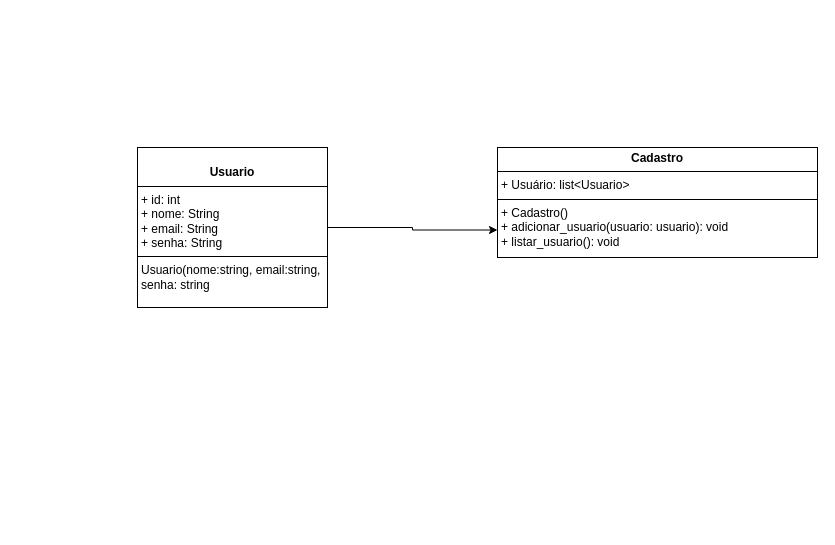
The draw.io diagram page "Página-7" (7 of 7) of Diagrama sem nome.drawio in Anthony-zzz/diagramasderequisitos, before the edit. Source tidied: cells renumbered, new cells numbered last; positions are measured from the earlier drawing's top-left corner, leaving out a move shared by most shapes. Both pictures are drawn from the tidied source at 100%, with x=0, y=0 at pixel (137, 147).
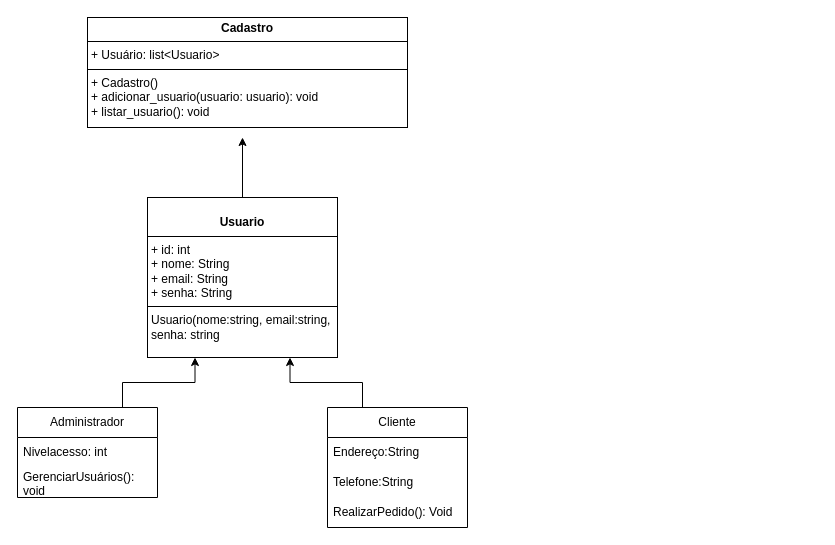
Above is the later version.

Diff of the diagram source:
```diff
@@
 <mxGraphModel>
   <root>
     <mxCell id="0" />
     <mxCell id="1" parent="0" />
-    <mxCell id="2" style="edgeStyle=orthogonalEdgeStyle;rounded=0;jettySize=auto;html=1;exitX=1;exitY=0.5;exitDx=0;exitDy=0;entryX=0;entryY=0.75;entryDx=0;entryDy=0;fontFamily=Helvetica;fontSize=12;fontColor=default;" parent="1" edge="1" source="3" target="4">
-      <mxGeometry relative="1" as="geometry" />
-    </mxCell>
+    <mxCell id="5" style="edgeStyle=orthogonalEdgeStyle;rounded=0;jettySize=auto;html=1;exitX=0.5;exitY=0;exitDx=0;exitDy=0;" parent="1" edge="1" source="3">
+      <mxGeometry relative="1" as="geometry">
+        <mxPoint x="105" y="-10" as="targetPoint" />
+      </mxGeometry>
+    </mxCell>
     <mxCell id="3" value="&lt;p style=&quot;margin:0px;margin-top:4px;text-align:center;&quot;&gt;&lt;br&gt;&lt;b&gt;Usuario&lt;/b&gt;&lt;/p&gt;&lt;hr size=&quot;1&quot; style=&quot;border-style:solid;&quot;&gt;&lt;p style=&quot;margin:0px;margin-left:4px;&quot;&gt;+ id: int&lt;/p&gt;&lt;p style=&quot;margin:0px;margin-left:4px;&quot;&gt;+ nome: String&lt;br&gt;+ email: String&lt;/p&gt;&lt;p style=&quot;margin:0px;margin-left:4px;&quot;&gt;+ senha: String&lt;/p&gt;&lt;hr size=&quot;1&quot; style=&quot;border-style:solid;&quot;&gt;&lt;p style=&quot;margin:0px;margin-left:4px;&quot;&gt;Usuario(nome:string, email:string, senha: string&lt;/p&gt;" style="verticalAlign=top;align=left;overflow=fill;html=1;whiteSpace=wrap;spacingLeft=4;spacingRight=4;fontFamily=Helvetica;fontSize=12;fontColor=default;fillColor=none;gradientColor=none;" parent="1" vertex="1">
-      <mxGeometry width="190" height="160" as="geometry" />
+      <mxGeometry x="10" y="50" width="190" height="160" as="geometry" />
     </mxCell>
     <mxCell id="4" value="&lt;p style=&quot;margin:0px;margin-top:4px;text-align:center;&quot;&gt;&lt;b&gt;Cadastro&lt;/b&gt;&lt;/p&gt;&lt;hr size=&quot;1&quot; style=&quot;border-style:solid;&quot;&gt;&lt;p style=&quot;margin:0px;margin-left:4px;&quot;&gt;+ Usuário: list&amp;lt;Usuario&amp;gt;&lt;/p&gt;&lt;hr size=&quot;1&quot; style=&quot;border-style:solid;&quot;&gt;&lt;p style=&quot;margin:0px;margin-left:4px;&quot;&gt;+ Cadastro()&lt;/p&gt;&lt;p style=&quot;margin:0px;margin-left:4px;&quot;&gt;+ adicionar_usuario(usuario: usuario): void&lt;/p&gt;&lt;p style=&quot;margin:0px;margin-left:4px;&quot;&gt;+ listar_usuario(): void&lt;/p&gt;" style="verticalAlign=top;align=left;overflow=fill;html=1;whiteSpace=wrap;spacingLeft=4;spacingRight=4;fontFamily=Helvetica;fontSize=12;fontColor=default;fillColor=none;gradientColor=none;" parent="1" vertex="1">
-      <mxGeometry x="360" width="320" height="110" as="geometry" />
+      <mxGeometry x="-50" y="-130" width="320" height="110" as="geometry" />
     </mxCell>
+    <mxCell id="6" style="edgeStyle=orthogonalEdgeStyle;rounded=0;jettySize=auto;html=1;exitX=0.75;exitY=0;exitDx=0;exitDy=0;entryX=0.25;entryY=1;entryDx=0;entryDy=0;" parent="1" edge="1" source="7" target="3">
+      <mxGeometry relative="1" as="geometry" />
+    </mxCell>
+    <mxCell id="7" value="Administrador" style="swimlane;fontStyle=0;horizontal=1;startSize=30;whiteSpace=wrap;html=1;" parent="1" vertex="1">
+      <mxGeometry x="-120" y="260" width="140" height="90" as="geometry" />
+    </mxCell>
+    <mxCell id="8" value="Nivelacesso: int" style="text;strokeColor=none;fillColor=none;align=left;verticalAlign=middle;spacingLeft=4;spacingRight=4;overflow=hidden;whiteSpace=wrap;html=1;" parent="7" vertex="1">
+      <mxGeometry y="30" width="140" height="30" as="geometry" />
+    </mxCell>
+    <mxCell id="9" value="GerenciarUsuários(): void" style="text;strokeColor=none;fillColor=none;align=left;verticalAlign=middle;spacingLeft=4;spacingRight=4;overflow=hidden;whiteSpace=wrap;html=1;" parent="7" vertex="1">
+      <mxGeometry y="60" width="140" height="30" as="geometry" />
+    </mxCell>
+    <mxCell id="10" style="edgeStyle=orthogonalEdgeStyle;rounded=0;jettySize=auto;html=1;exitX=0.25;exitY=0;exitDx=0;exitDy=0;entryX=0.75;entryY=1;entryDx=0;entryDy=0;" parent="1" edge="1" source="11" target="3">
+      <mxGeometry relative="1" as="geometry" />
+    </mxCell>
+    <mxCell id="11" value="Cliente" style="swimlane;fontStyle=0;horizontal=1;startSize=30;whiteSpace=wrap;html=1;" parent="1" vertex="1">
+      <mxGeometry x="190" y="260" width="140" height="120" as="geometry" />
+    </mxCell>
+    <mxCell id="12" value="Endereço:String" style="text;strokeColor=none;fillColor=none;align=left;verticalAlign=middle;spacingLeft=4;spacingRight=4;overflow=hidden;whiteSpace=wrap;html=1;" parent="11" vertex="1">
+      <mxGeometry y="30" width="140" height="30" as="geometry" />
+    </mxCell>
+    <mxCell id="13" value="Telefone:String" style="text;strokeColor=none;fillColor=none;align=left;verticalAlign=middle;spacingLeft=4;spacingRight=4;overflow=hidden;whiteSpace=wrap;html=1;" parent="11" vertex="1">
+      <mxGeometry y="60" width="140" height="30" as="geometry" />
+    </mxCell>
+    <mxCell id="14" value="RealizarPedido(): Void" style="text;strokeColor=none;fillColor=none;align=left;verticalAlign=middle;spacingLeft=4;spacingRight=4;overflow=hidden;whiteSpace=wrap;html=1;" parent="11" vertex="1">
+      <mxGeometry y="90" width="140" height="30" as="geometry" />
+    </mxCell>
   </root>
 </mxGraphModel>
```
